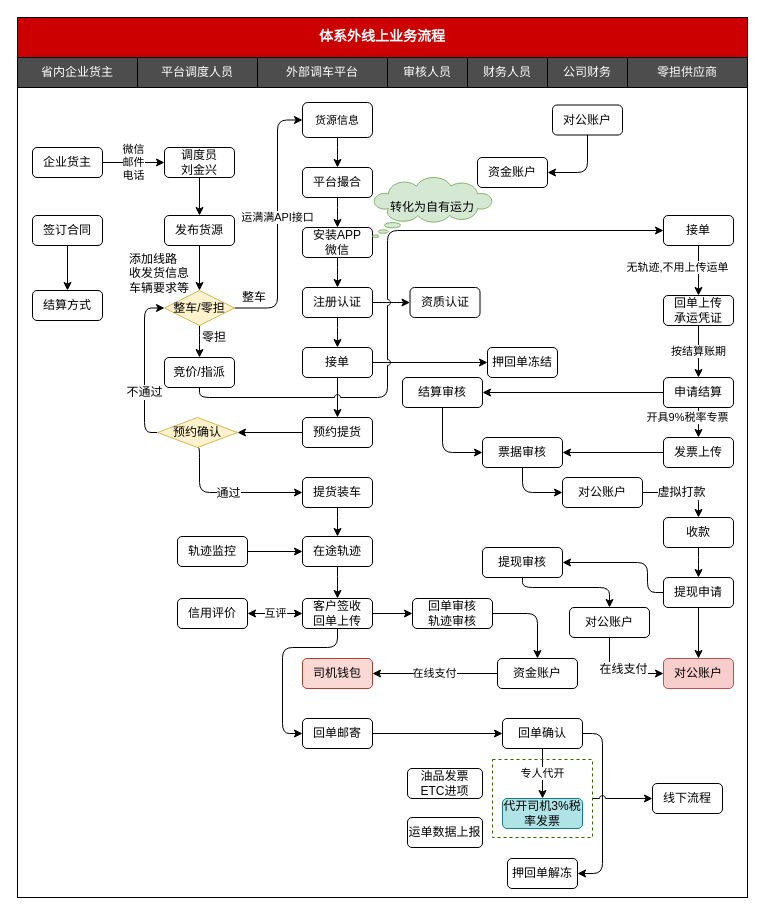
chenyibang/rdpwrap keeps this draw.io diagram as 体系外线上业务流程.drawio. Above is the earlier version. Source tidied: cells renumbered, new cells numbered last; positions are measured from the earlier drawing's top-left corner, leaving out a move shared by most shapes. Both pictures are drawn from the tidied source at 100%, with x=0, y=0 at pixel (17, 17).
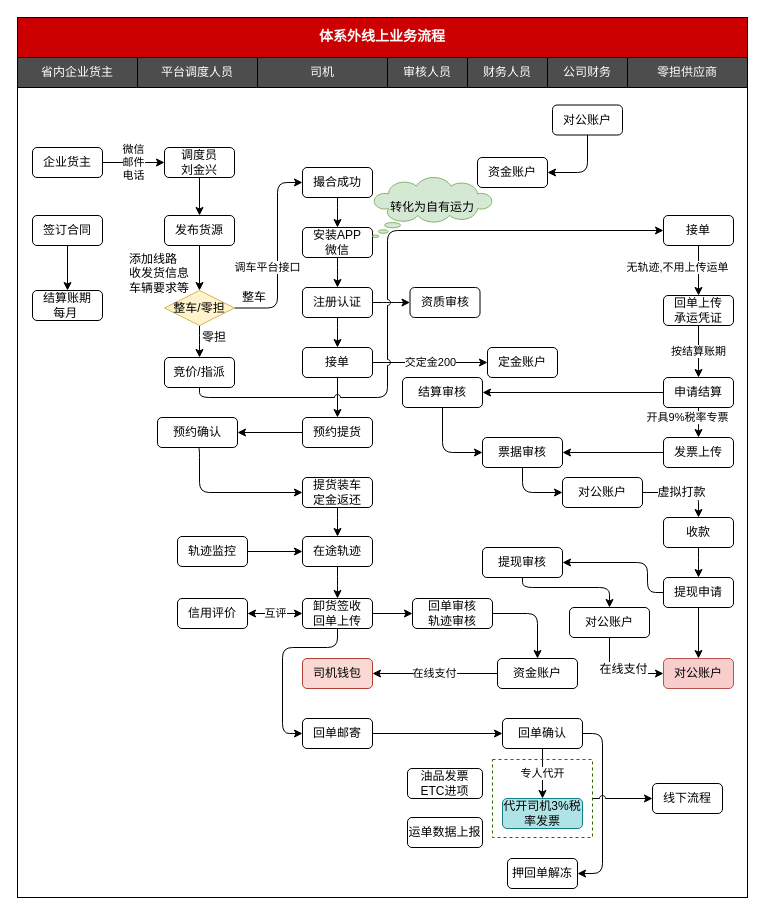
The same page after the edit.

Commit message (it also covers changes not shown here):
更新体系外线上业务流程.drawio

Unchanged cells that the change refers to:
```xml
<mxCell id="39" value="整车/零担" style="rhombus;whiteSpace=wrap;html=1;strokeColor=#d6b656;fillColor=#fff2cc;" parent="1" vertex="1">
  <mxGeometry x="147" y="273" width="70" height="35" as="geometry" />
</mxCell>
<mxCell id="59" value="接单" style="rounded=1;whiteSpace=wrap;html=1;" parent="1" vertex="1">
  <mxGeometry x="285" y="330" width="70" height="30" as="geometry" />
</mxCell>
<mxCell id="62" style="edgeStyle=orthogonalEdgeStyle;rounded=1;jumpStyle=arc;jettySize=auto;html=1;entryX=0;entryY=0.5;entryDx=0;entryDy=0;exitX=0.5;exitY=1;exitDx=0;exitDy=0;" parent="1" edge="1" source="66" target="69">
  <mxGeometry relative="1" as="geometry">
    <Array as="points">
      <mxPoint x="182" y="430" />
      <mxPoint x="182" y="475" />
    </Array>
  </mxGeometry>
</mxCell>
```

What changed in the source:
```diff
@@
-    <mxCell id="4" value="&lt;span style=&quot;white-space: normal&quot;&gt;外部调车平台&lt;/span&gt;" style="rounded=0;whiteSpace=wrap;html=1;fillColor=#4D4D4D;fontColor=#FFFFFF;" parent="1" vertex="1">
+    <mxCell id="4" value="&lt;span style=&quot;white-space: normal&quot;&gt;司机&lt;/span&gt;" style="rounded=0;whiteSpace=wrap;html=1;fillColor=#4D4D4D;fontColor=#FFFFFF;" parent="1" vertex="1">
       <mxGeometry x="240" y="40" width="130" height="30" as="geometry" />
     </mxCell>
@@
-    <mxCell id="22" value="平台撮合" style="rounded=1;whiteSpace=wrap;html=1;" parent="1" vertex="1">
+    <mxCell id="22" value="撮合成功" style="rounded=1;whiteSpace=wrap;html=1;" parent="1" vertex="1">
       <mxGeometry x="285" y="150" width="70" height="30" as="geometry" />
     </mxCell>
@@
-    <mxCell id="28" value="客户签收&lt;br&gt;回单上传" style="rounded=1;whiteSpace=wrap;html=1;" parent="1" vertex="1">
+    <mxCell id="28" value="卸货签收&lt;br&gt;回单上传" style="rounded=1;whiteSpace=wrap;html=1;" parent="1" vertex="1">
       <mxGeometry x="285" y="581" width="70" height="30" as="geometry" />
     </mxCell>
@@
-    <mxCell id="37" value="运满满API接口" style="edgeStyle=orthogonalEdgeStyle;rounded=1;jettySize=auto;html=1;entryX=0;entryY=0.5;entryDx=0;entryDy=0;exitX=1;exitY=0.5;exitDx=0;exitDy=0;" parent="1" edge="1" source="39" target="52">
-      <mxGeometry x="0.05" relative="1" as="geometry">
+    <mxCell id="37" value="调车平台接口" style="edgeStyle=orthogonalEdgeStyle;rounded=1;jettySize=auto;html=1;entryX=0;entryY=0.5;entryDx=0;entryDy=0;exitX=1;exitY=0.5;exitDx=0;exitDy=0;" parent="1" edge="1" source="39" target="22">
+      <mxGeometry x="-0.13" y="10" relative="1" as="geometry">
         <Array as="points">
           <mxPoint x="217" y="290" />
           <mxPoint x="260" y="290" />
-          <mxPoint x="260" y="103" />
+          <mxPoint x="260" y="165" />
         </Array>
       </mxGeometry>
     </mxCell>
@@
-    <mxCell id="51" style="edgeStyle=orthogonalEdgeStyle;rounded=1;jettySize=auto;html=1;entryX=0.5;entryY=0;entryDx=0;entryDy=0;" parent="1" edge="1" source="52" target="22">
-      <mxGeometry relative="1" as="geometry" />
-    </mxCell>
-    <mxCell id="52" value="&lt;font face=&quot;courier new&quot;&gt;&lt;span style=&quot;font-size: 11px ; background-color: rgb(255 , 255 , 255)&quot;&gt;货源信息&lt;/span&gt;&lt;/font&gt;" style="rounded=1;whiteSpace=wrap;html=1;" parent="1" vertex="1">
-      <mxGeometry x="285" y="85" width="70" height="35" as="geometry" />
-    </mxCell>
@@
-    <mxCell id="56" value="资质认证" style="rounded=1;whiteSpace=wrap;html=1;" parent="1" vertex="1">
+    <mxCell id="56" value="资质审核" style="rounded=1;whiteSpace=wrap;html=1;" parent="1" vertex="1">
       <mxGeometry x="392.5" y="270" width="70" height="30" as="geometry" />
     </mxCell>
@@
-    <mxCell id="58" style="edgeStyle=orthogonalEdgeStyle;rounded=1;jettySize=auto;html=1;entryX=0;entryY=0.5;entryDx=0;entryDy=0;" parent="1" edge="1" source="59" target="67">
+    <mxCell id="58" value="交定金200" style="edgeStyle=orthogonalEdgeStyle;rounded=1;jettySize=auto;html=1;entryX=0;entryY=0.5;entryDx=0;entryDy=0;" parent="1" edge="1" source="59" target="67">
       <mxGeometry relative="1" as="geometry" />
     </mxCell>
@@
-    <mxCell id="63" value="通过" style="text;html=1;align=center;verticalAlign=middle;labelBackgroundColor=#ffffff;" parent="62" vertex="1">
-      <mxGeometry x="-0.39" y="25" relative="1" as="geometry">
-        <mxPoint x="3" y="1" as="offset" />
-      </mxGeometry>
-    </mxCell>
-    <mxCell id="64" style="edgeStyle=orthogonalEdgeStyle;rounded=1;jumpStyle=arc;jettySize=auto;html=1;entryX=0;entryY=0.5;entryDx=0;entryDy=0;" parent="1" edge="1" source="66" target="39">
-      <mxGeometry relative="1" as="geometry">
-        <Array as="points">
-          <mxPoint x="127" y="415" />
-          <mxPoint x="127" y="291" />
-        </Array>
-      </mxGeometry>
-    </mxCell>
-    <mxCell id="65" value="不通过" style="text;html=1;align=center;verticalAlign=middle;labelBackgroundColor=#ffffff;" parent="64" vertex="1">
-      <mxGeometry x="-0.32" y="1" relative="1" as="geometry" />
-    </mxCell>
-    <mxCell id="66" value="预约确认" style="rhombus;whiteSpace=wrap;html=1;strokeColor=#d6b656;fillColor=#fff2cc;" parent="1" vertex="1">
+    <mxCell id="66" value="预约确认" style="rounded=1;whiteSpace=wrap;html=1;" parent="1" vertex="1">
       <mxGeometry x="140" y="400" width="80" height="30" as="geometry" />
     </mxCell>
-    <mxCell id="67" value="押回单冻结" style="rounded=1;whiteSpace=wrap;html=1;" parent="1" vertex="1">
+    <mxCell id="67" value="定金账户" style="rounded=1;whiteSpace=wrap;html=1;" parent="1" vertex="1">
       <mxGeometry x="470" y="330" width="70" height="30" as="geometry" />
     </mxCell>
@@
-    <mxCell id="69" value="提货装车" style="rounded=1;whiteSpace=wrap;html=1;" parent="1" vertex="1">
+    <mxCell id="69" value="提货装车&lt;br&gt;定金返还" style="rounded=1;whiteSpace=wrap;html=1;" parent="1" vertex="1">
       <mxGeometry x="285" y="460" width="70" height="30" as="geometry" />
     </mxCell>
@@
-    <mxCell id="96" value="结算方式" style="rounded=1;whiteSpace=wrap;html=1;" parent="1" vertex="1">
+    <mxCell id="96" value="结算账期&lt;br&gt;每月&amp;nbsp;" style="rounded=1;whiteSpace=wrap;html=1;" parent="1" vertex="1">
       <mxGeometry x="15" y="273" width="70" height="30" as="geometry" />
     </mxCell>
```
